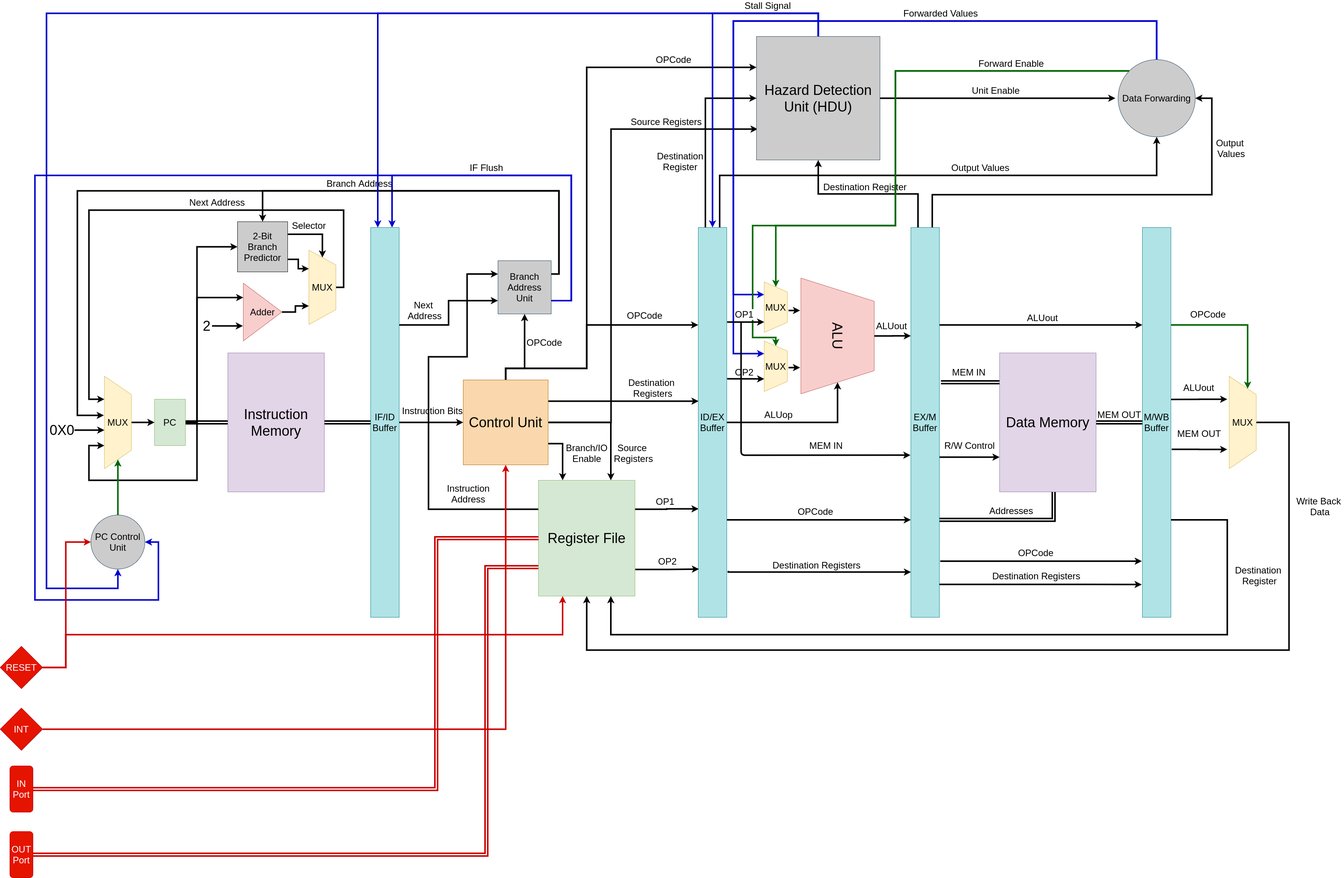
Above: docs/overall_system.png in mido3ds/pipeline-risc-cpu (draw.io), before the change. Source tidied: cells renumbered, new cells last; positions are measured from the earlier drawing's top-left corner, leaving out a move shared by most shapes.
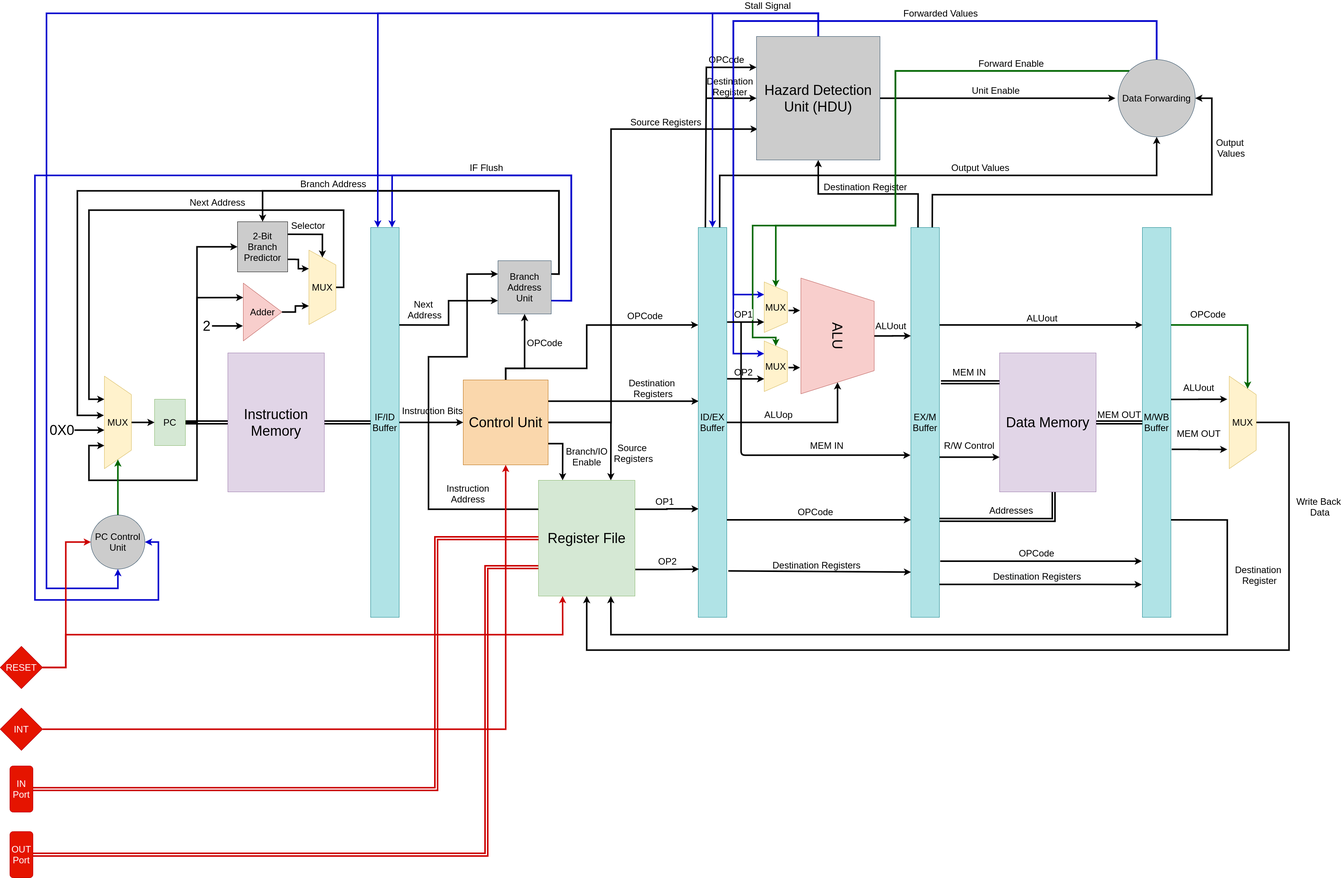
The same file after the commit.

Diff of the diagram source:
```diff
@@ -116,15 +116,6 @@
         <mxPoint y="-12" as="offset" />
       </mxGeometry>
     </mxCell>
-    <mxCell id="24" value="&lt;font style=&quot;font-size: 24px&quot;&gt;OPCode&lt;/font&gt;" style="edgeStyle=orthogonalEdgeStyle;rounded=0;jettySize=auto;html=1;exitX=0.5;exitY=0;exitDx=0;exitDy=0;entryX=0;entryY=0.25;entryDx=0;entryDy=0;fillColor=none;strokeWidth=4;" parent="1" edge="1" source="29" target="70">
-      <mxGeometry x="0.7" y="20" relative="1" as="geometry">
-        <Array as="points">
-          <mxPoint x="1310" y="920" />
-          <mxPoint x="1520" y="920" />
-          <mxPoint x="1520" y="140" />
-        </Array>
-      </mxGeometry>
-    </mxCell>
     <mxCell id="25" value="&lt;font style=&quot;font-size: 24px&quot;&gt;Instruction&lt;br&gt;Address&lt;/font&gt;" style="edgeStyle=orthogonalEdgeStyle;rounded=0;jettySize=auto;html=1;exitX=0;exitY=0.25;exitDx=0;exitDy=0;entryX=0;entryY=0.25;entryDx=0;entryDy=0;strokeColor=#000000;strokeWidth=4;fillColor=none;" parent="1" edge="1" source="32" target="45">
       <mxGeometry x="-0.74" y="57" relative="1" as="geometry">
         <Array as="points">
@@ -137,11 +128,11 @@
       </mxGeometry>
     </mxCell>
     <mxCell id="26" value="&lt;span style=&quot;font-size: 24px&quot;&gt;Branch/IO&lt;br&gt;&lt;/span&gt;&lt;span style=&quot;font-size: 24px&quot;&gt;Enable&lt;/span&gt;" style="edgeStyle=orthogonalEdgeStyle;rounded=0;jettySize=auto;html=1;exitX=1;exitY=0.75;exitDx=0;exitDy=0;entryX=0.25;entryY=0;entryDx=0;entryDy=0;strokeColor=#000000;strokeWidth=4;" parent="1" edge="1" source="29" target="32">
-      <mxGeometry x="-0.43" y="-67" relative="1" as="geometry">
+      <mxGeometry x="-0.43" y="-72" relative="1" as="geometry">
         <Array as="points">
           <mxPoint x="1458" y="1115" />
         </Array>
-        <mxPoint x="63" y="-42" as="offset" />
+        <mxPoint x="134" y="35" as="offset" />
       </mxGeometry>
     </mxCell>
     <mxCell id="27" value="&lt;span style=&quot;font-size: 24px&quot;&gt;Source &lt;br&gt;Registers&lt;/span&gt;" style="edgeStyle=orthogonalEdgeStyle;rounded=0;jettySize=auto;html=1;exitX=1;exitY=0.5;exitDx=0;exitDy=0;entryX=0.75;entryY=0;entryDx=0;entryDy=0;strokeColor=#000000;strokeWidth=4;" parent="1" edge="1" source="29" target="32">
@@ -193,9 +184,9 @@
         <mxPoint x="35" y="-31.5" as="offset" />
       </mxGeometry>
     </mxCell>
-    <mxCell id="36" value="&lt;font style=&quot;font-size: 24px&quot;&gt;Destination&lt;br&gt;Register&lt;/font&gt;" style="edgeStyle=orthogonalEdgeStyle;rounded=0;jettySize=auto;html=1;exitX=0.25;exitY=0;exitDx=0;exitDy=0;entryX=0;entryY=0.5;entryDx=0;entryDy=0;fillColor=none;strokeWidth=4;" parent="1" edge="1" source="39" target="70">
-      <mxGeometry x="-0.27" y="66" relative="1" as="geometry">
-        <mxPoint y="1" as="offset" />
+    <mxCell id="36" value="&lt;font style=&quot;font-size: 24px&quot;&gt;Destination&lt;br&gt;Register&lt;/font&gt;" style="edgeStyle=orthogonalEdgeStyle;rounded=0;jettySize=auto;html=1;entryX=0;entryY=0.5;entryDx=0;entryDy=0;fillColor=none;strokeWidth=4;labelBackgroundColor=none;" parent="1" edge="1" target="70">
+      <mxGeometry x="-0.06" y="30" relative="1" as="geometry">
+        <mxPoint x="1828" y="220" as="sourcePoint" />
       </mxGeometry>
     </mxCell>
     <mxCell id="37" value="&lt;font style=&quot;font-size: 24px&quot;&gt;Output Values&lt;/font&gt;" style="edgeStyle=orthogonalEdgeStyle;rounded=0;jettySize=auto;html=1;exitX=0.75;exitY=0;exitDx=0;exitDy=0;entryX=0.5;entryY=1;entryDx=0;entryDy=0;fillColor=none;strokeWidth=4;" parent="1" edge="1" source="39" target="75">
@@ -213,6 +204,14 @@
         </Array>
       </mxGeometry>
     </mxCell>
+    <mxCell id="24" value="&lt;font style=&quot;font-size: 24px&quot;&gt;OPCode&lt;/font&gt;" style="edgeStyle=orthogonalEdgeStyle;rounded=0;jettySize=auto;html=1;exitX=0.25;exitY=0;exitDx=0;exitDy=0;entryX=0;entryY=0.25;entryDx=0;entryDy=0;strokeWidth=4;" parent="1" edge="1" source="39" target="70">
+      <mxGeometry x="0.71" y="20" relative="1" as="geometry">
+        <Array as="points">
+          <mxPoint x="1830" y="555" />
+          <mxPoint x="1830" y="140" />
+        </Array>
+      </mxGeometry>
+    </mxCell>
     <mxCell id="39" value="&lt;font style=&quot;font-size: 24px&quot;&gt;ID/EX Buffer&lt;/font&gt;" style="rounded=0;whiteSpace=wrap;html=1;fillColor=#b0e3e6;strokeColor=#0e8088;" parent="1" vertex="1">
       <mxGeometry x="1809" y="555" width="74" height="1010" as="geometry" />
     </mxCell>
@@ -228,7 +227,7 @@
     </mxCell>
     <mxCell id="41" value="&lt;font style=&quot;font-size: 24px&quot;&gt;Branch Address&lt;/font&gt;" style="text;html=1;align=center;verticalAlign=middle;labelBackgroundColor=#ffffff;" parent="40" vertex="1">
       <mxGeometry x="-0.52" y="10" relative="1" as="geometry">
-        <mxPoint x="-240" y="-30" as="offset" />
+        <mxPoint x="-309.3" y="-30" as="offset" />
       </mxGeometry>
     </mxCell>
     <mxCell id="42" value="&lt;font style=&quot;font-size: 24px&quot;&gt;IF Flush&lt;/font&gt;" style="edgeStyle=orthogonalEdgeStyle;rounded=0;jettySize=auto;html=1;exitX=1;exitY=0.75;exitDx=0;exitDy=0;entryX=0.75;entryY=0;entryDx=0;entryDy=0;strokeColor=#0000CC;strokeWidth=4;fillColor=none;" parent="1" edge="1" source="45" target="4">
```
